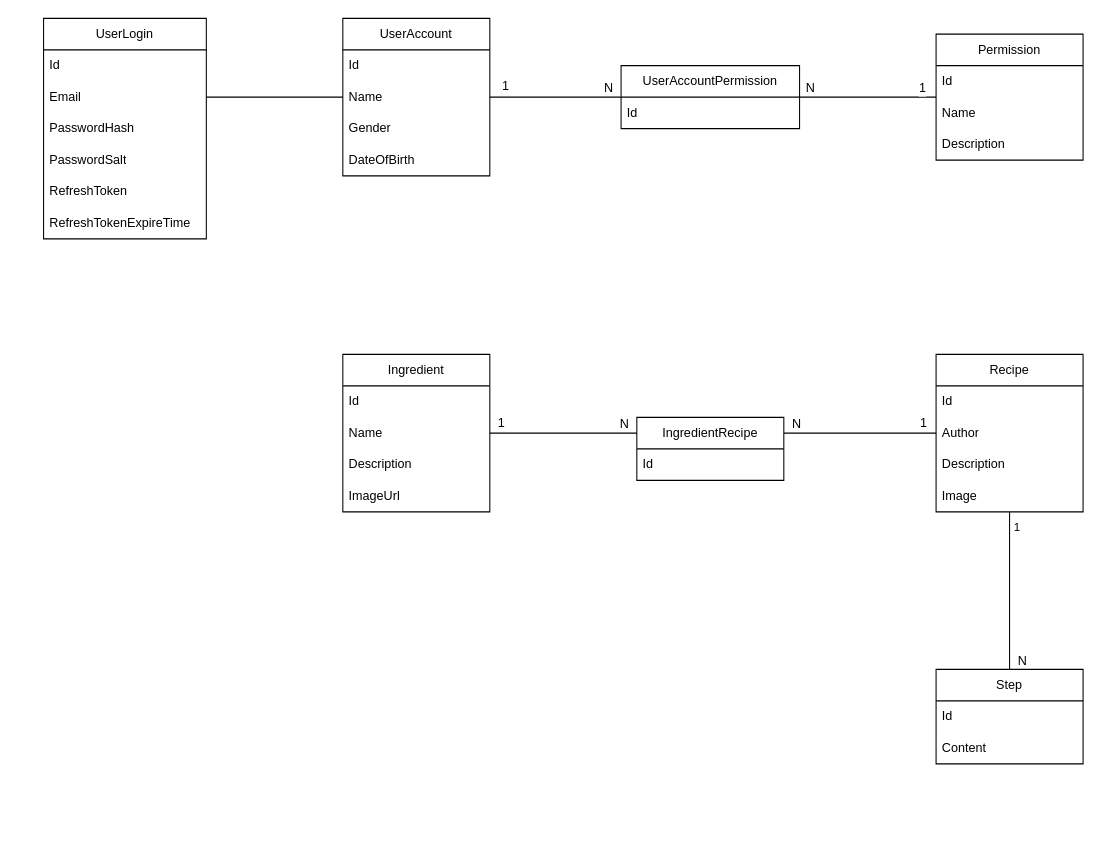
This is diagram.drawio from phihung17k/FridgeBE, a draw.io file, before an edit. Source tidied: cells renumbered, new cells numbered last; positions are measured from the earlier drawing's top-left corner, leaving out a move shared by most shapes. Both pictures are drawn from the tidied source at 105%, with x=0, y=0 at pixel (43, 18).
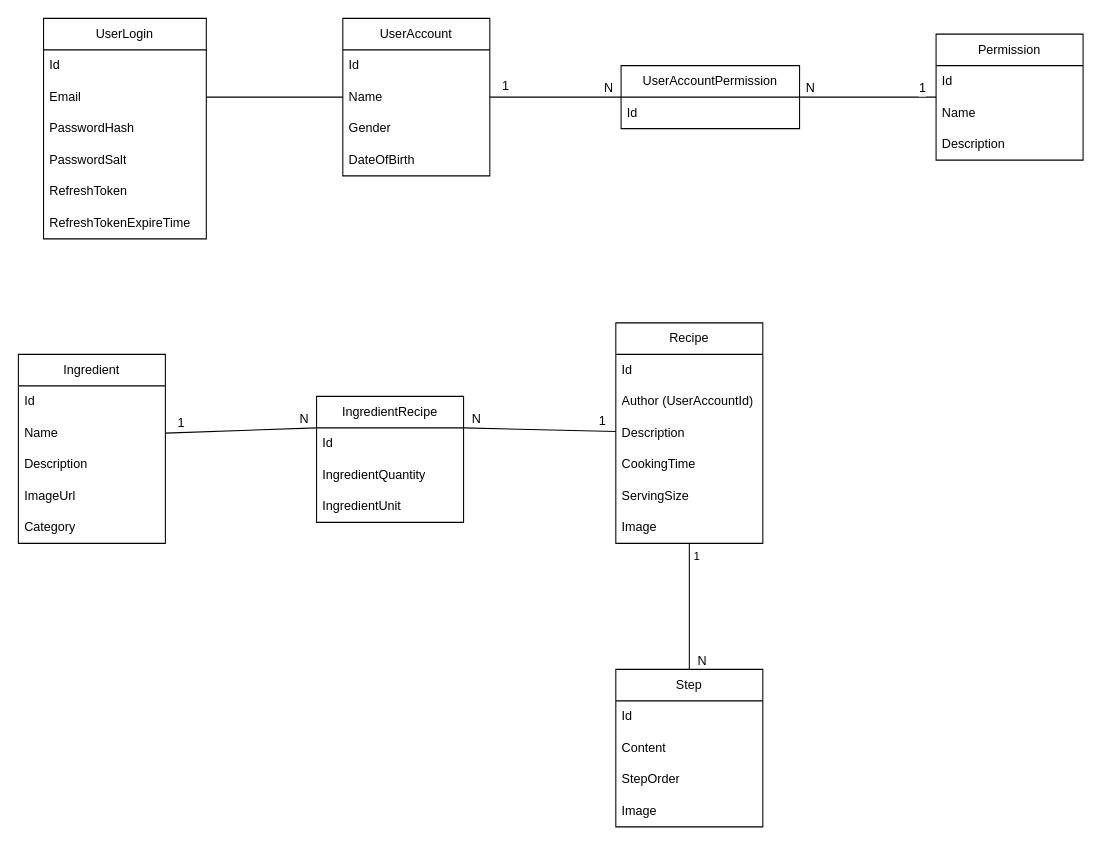
Above is the later version.

Change to the diagram source:
```diff
@@
     <mxCell id="2" value="Ingredient" style="swimlane;fontStyle=0;horizontal=1;startSize=30;whiteSpace=wrap;html=1;" parent="1" vertex="1">
-      <mxGeometry x="285" y="320" width="140" height="150" as="geometry" />
+      <mxGeometry x="-24" y="320" width="140" height="180" as="geometry" />
     </mxCell>
@@
+    <mxCell id="51" value="Category" style="text;strokeColor=none;fillColor=none;align=left;verticalAlign=middle;spacingLeft=4;spacingRight=4;overflow=hidden;whiteSpace=wrap;html=1;" parent="2" vertex="1">
+      <mxGeometry y="150" width="140" height="30" as="geometry" />
+    </mxCell>
     <mxCell id="7" value="Recipe" style="swimlane;fontStyle=0;horizontal=1;startSize=30;whiteSpace=wrap;html=1;" parent="1" vertex="1">
-      <mxGeometry x="850" y="320" width="140" height="150" as="geometry" />
+      <mxGeometry x="545" y="290" width="140" height="210" as="geometry" />
     </mxCell>
@@
-    <mxCell id="9" value="Author" style="text;strokeColor=none;fillColor=none;align=left;verticalAlign=middle;spacingLeft=4;spacingRight=4;overflow=hidden;whiteSpace=wrap;html=1;" parent="7" vertex="1">
+    <mxCell id="9" value="Author (UserAccountId&lt;span style=&quot;background-color: initial;&quot;&gt;)&lt;/span&gt;" style="text;strokeColor=none;fillColor=none;align=left;verticalAlign=middle;spacingLeft=4;spacingRight=4;overflow=hidden;whiteSpace=wrap;html=1;" parent="7" vertex="1">
       <mxGeometry y="60" width="140" height="30" as="geometry" />
     </mxCell>
@@
-    <mxCell id="11" value="Image" style="text;strokeColor=none;fillColor=none;align=left;verticalAlign=middle;spacingLeft=4;spacingRight=4;overflow=hidden;whiteSpace=wrap;html=1;" parent="7" vertex="1">
-      <mxGeometry y="120" width="140" height="30" as="geometry" />
-    </mxCell>
+    <mxCell id="52" value="CookingTime" style="text;strokeColor=none;fillColor=none;align=left;verticalAlign=middle;spacingLeft=4;spacingRight=4;overflow=hidden;whiteSpace=wrap;html=1;" parent="7" vertex="1">
+      <mxGeometry y="120" width="140" height="30" as="geometry" />
+    </mxCell>
+    <mxCell id="53" value="ServingSize" style="text;strokeColor=none;fillColor=none;align=left;verticalAlign=middle;spacingLeft=4;spacingRight=4;overflow=hidden;whiteSpace=wrap;html=1;" parent="7" vertex="1">
+      <mxGeometry y="150" width="140" height="30" as="geometry" />
+    </mxCell>
+    <mxCell id="54" value="Image" style="text;strokeColor=none;fillColor=none;align=left;verticalAlign=middle;spacingLeft=4;spacingRight=4;overflow=hidden;whiteSpace=wrap;html=1;" parent="7" vertex="1">
+      <mxGeometry y="180" width="140" height="30" as="geometry" />
+    </mxCell>
     <mxCell id="12" value="Step" style="swimlane;fontStyle=0;horizontal=1;startSize=30;whiteSpace=wrap;html=1;" parent="1" vertex="1">
-      <mxGeometry x="850" y="620" width="140" height="90" as="geometry" />
+      <mxGeometry x="545" y="620" width="140" height="150" as="geometry" />
     </mxCell>
@@
+    <mxCell id="55" value="StepOrder" style="text;strokeColor=none;fillColor=none;align=left;verticalAlign=middle;spacingLeft=4;spacingRight=4;overflow=hidden;whiteSpace=wrap;html=1;" parent="12" vertex="1">
+      <mxGeometry y="90" width="140" height="30" as="geometry" />
+    </mxCell>
+    <mxCell id="11" value="Image" style="text;strokeColor=none;fillColor=none;align=left;verticalAlign=middle;spacingLeft=4;spacingRight=4;overflow=hidden;whiteSpace=wrap;html=1;" parent="12" vertex="1">
+      <mxGeometry y="120" width="140" height="30" as="geometry" />
+    </mxCell>
     <mxCell id="15" value="IngredientRecipe" style="swimlane;fontStyle=0;horizontal=1;startSize=30;whiteSpace=wrap;html=1;" parent="1" vertex="1">
-      <mxGeometry x="565" y="380" width="140" height="60" as="geometry" />
+      <mxGeometry x="260" y="360" width="140" height="120" as="geometry" />
     </mxCell>
@@
+    <mxCell id="56" value="IngredientQuantity" style="text;strokeColor=none;fillColor=none;align=left;verticalAlign=middle;spacingLeft=4;spacingRight=4;overflow=hidden;whiteSpace=wrap;html=1;" parent="15" vertex="1">
+      <mxGeometry y="60" width="140" height="30" as="geometry" />
+    </mxCell>
+    <mxCell id="57" value="IngredientUnit" style="text;strokeColor=none;fillColor=none;align=left;verticalAlign=middle;spacingLeft=4;spacingRight=4;overflow=hidden;whiteSpace=wrap;html=1;" parent="15" vertex="1">
+      <mxGeometry y="90" width="140" height="30" as="geometry" />
+    </mxCell>
@@
     <mxCell id="19" value="1" style="text;html=1;align=center;verticalAlign=middle;strokeColor=none;fillColor=none;" parent="1" vertex="1">
-      <mxGeometry x="421" y="371" width="30" height="30" as="geometry" />
+      <mxGeometry x="116" y="371" width="30" height="30" as="geometry" />
     </mxCell>
```
